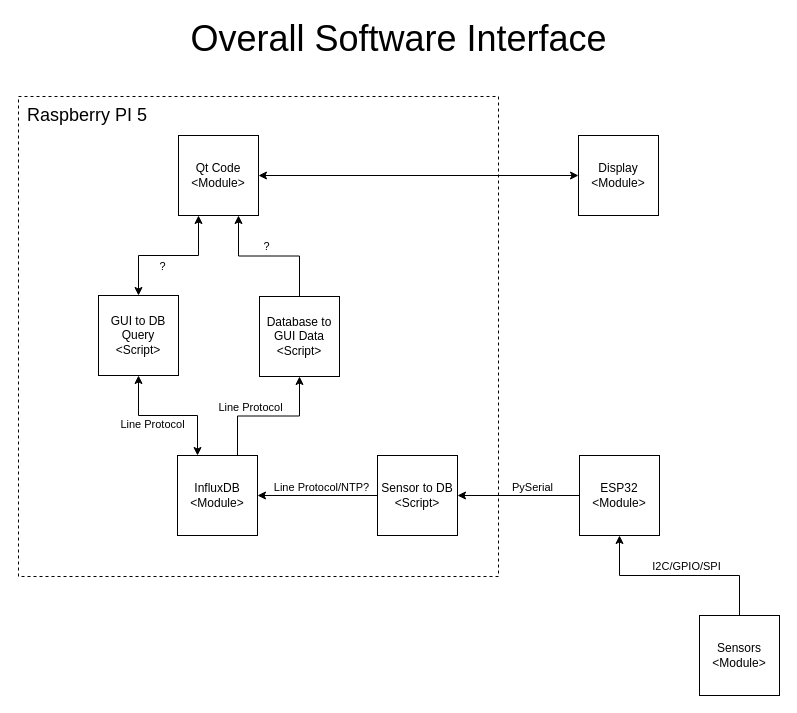
martintara/kaffeknekt keeps this draw.io diagram as diagrams/Overall_Software_Interface.drawio. Above is the earlier version. Source tidied: cells renumbered, new cells numbered last; positions are measured from the earlier drawing's top-left corner, leaving out a move shared by most shapes. Both pictures are drawn from the tidied source at 100%, with x=0, y=0 at pixel (17, 23).
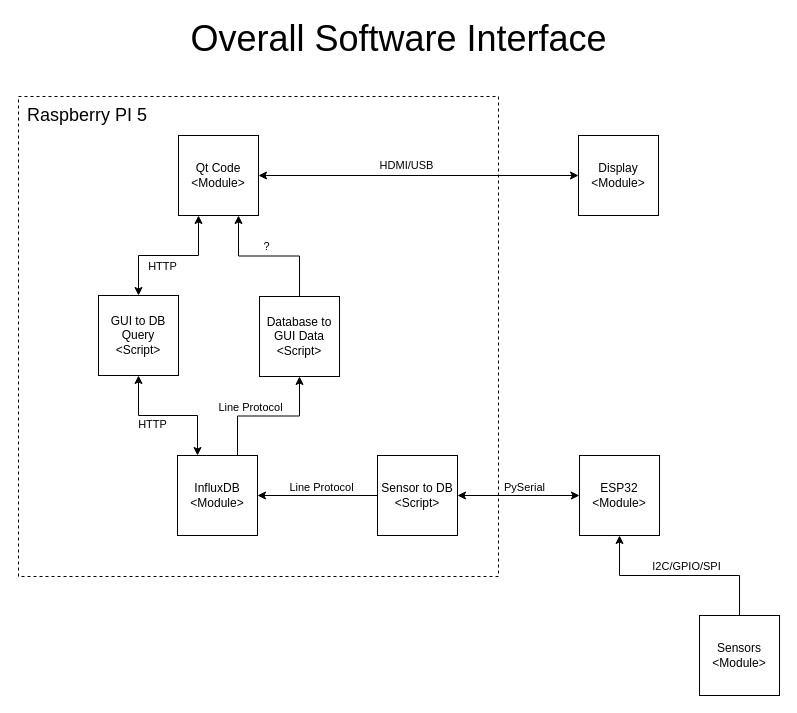
After the change.

Unchanged cells that the change refers to:
```xml
<mxCell id="8" style="edgeStyle=orthogonalEdgeStyle;rounded=0;jettySize=auto;html=1;exitX=0.25;exitY=1;exitDx=0;exitDy=0;startArrow=classic;startFill=1;" parent="1" edge="1" source="10" target="27">
  <mxGeometry relative="1" as="geometry" />
</mxCell>
<mxCell id="10" value="Qt Code&lt;br&gt;&amp;lt;Module&amp;gt;" style="whiteSpace=wrap;html=1;" parent="1" vertex="1">
  <mxGeometry x="161" y="112" width="80" height="80" as="geometry" />
</mxCell>
<mxCell id="12" value="ESP32&lt;br&gt;&amp;lt;Module&amp;gt;" style="whiteSpace=wrap;html=1;" parent="1" vertex="1">
  <mxGeometry x="562" y="432" width="80" height="80" as="geometry" />
</mxCell>
<mxCell id="16" value="Display&lt;br&gt;&amp;lt;Module&amp;gt;" style="whiteSpace=wrap;html=1;" parent="1" vertex="1">
  <mxGeometry x="561" y="112" width="80" height="80" as="geometry" />
</mxCell>
<mxCell id="19" style="edgeStyle=orthogonalEdgeStyle;rounded=0;jettySize=auto;html=1;exitX=0;exitY=0.5;exitDx=0;exitDy=0;entryX=1;entryY=0.5;entryDx=0;entryDy=0;" parent="1" edge="1" source="21" target="6">
  <mxGeometry relative="1" as="geometry" />
</mxCell>
<mxCell id="21" value="Sensor to DB&lt;br&gt;&amp;lt;Script&amp;gt;" style="whiteSpace=wrap;html=1;" parent="1" vertex="1">
  <mxGeometry x="360" y="432" width="80" height="80" as="geometry" />
</mxCell>
<mxCell id="25" style="edgeStyle=orthogonalEdgeStyle;rounded=0;jettySize=auto;html=1;exitX=0.5;exitY=1;exitDx=0;exitDy=0;entryX=0.25;entryY=0;entryDx=0;entryDy=0;startArrow=classic;startFill=1;" parent="1" edge="1" source="27" target="6">
  <mxGeometry relative="1" as="geometry" />
</mxCell>
```

Change to the diagram source:
```diff
@@
-    <mxCell id="7" style="edgeStyle=orthogonalEdgeStyle;rounded=0;jettySize=auto;html=1;exitX=1;exitY=0.5;exitDx=0;exitDy=0;entryX=0;entryY=0.5;entryDx=0;entryDy=0;startArrow=classic;startFill=1;" parent="1" edge="1" source="10" target="16">
-      <mxGeometry relative="1" as="geometry" />
-    </mxCell>
@@
-    <mxCell id="9" value="?" style="edgeLabel;html=1;align=center;verticalAlign=middle;" parent="8" vertex="1">
+    <mxCell id="9" value="HTTP" style="edgeLabel;html=1;align=center;verticalAlign=middle;" parent="8" vertex="1">
       <mxGeometry x="0.12" y="-1" relative="1" as="geometry">
         <mxPoint x="1" y="11" as="offset" />
       </mxGeometry>
     </mxCell>
+    <mxCell id="7" style="edgeStyle=orthogonalEdgeStyle;rounded=0;jettySize=auto;html=1;exitX=1;exitY=0.5;exitDx=0;exitDy=0;entryX=0;entryY=0.5;entryDx=0;entryDy=0;startArrow=classic;startFill=1;" parent="1" edge="1" source="10" target="16">
+      <mxGeometry relative="1" as="geometry" />
+    </mxCell>
+    <mxCell id="28" value="HDMI/USB" style="edgeLabel;html=1;align=center;verticalAlign=middle;" parent="7" vertex="1">
+      <mxGeometry x="-0.08" relative="1" as="geometry">
+        <mxPoint y="-11" as="offset" />
+      </mxGeometry>
+    </mxCell>
@@
-    <mxCell id="17" style="edgeStyle=orthogonalEdgeStyle;rounded=0;jettySize=auto;html=1;exitX=0;exitY=0.5;exitDx=0;exitDy=0;entryX=1;entryY=0.5;entryDx=0;entryDy=0;" parent="1" edge="1" source="12" target="21">
+    <mxCell id="17" style="edgeStyle=orthogonalEdgeStyle;rounded=0;jettySize=auto;html=1;exitX=0;exitY=0.5;exitDx=0;exitDy=0;entryX=1;entryY=0.5;entryDx=0;entryDy=0;startArrow=classic;startFill=1;" parent="1" edge="1" source="12" target="21">
       <mxGeometry relative="1" as="geometry" />
     </mxCell>
     <mxCell id="18" value="PySerial" style="edgeLabel;html=1;align=center;verticalAlign=middle;" parent="17" vertex="1">
       <mxGeometry x="-0.14" y="1" relative="1" as="geometry">
-        <mxPoint x="4" y="-10" as="offset" />
+        <mxPoint x="-4" y="-10" as="offset" />
       </mxGeometry>
     </mxCell>
@@
-    <mxCell id="20" value="Line Protocol/NTP?" style="edgeLabel;html=1;align=center;verticalAlign=middle;" parent="19" vertex="1">
+    <mxCell id="20" value="Line Protocol" style="edgeLabel;html=1;align=center;verticalAlign=middle;" parent="19" vertex="1">
       <mxGeometry x="0.26" y="-1" relative="1" as="geometry">
         <mxPoint x="19" y="-8" as="offset" />
       </mxGeometry>
     </mxCell>
@@
-    <mxCell id="26" value="Line Protocol" style="edgeLabel;html=1;align=center;verticalAlign=middle;" parent="25" vertex="1">
+    <mxCell id="26" value="HTTP" style="edgeLabel;html=1;align=center;verticalAlign=middle;" parent="25" vertex="1">
       <mxGeometry x="0.03" y="-1" relative="1" as="geometry">
         <mxPoint x="-19" y="7" as="offset" />
       </mxGeometry>
     </mxCell>
```
